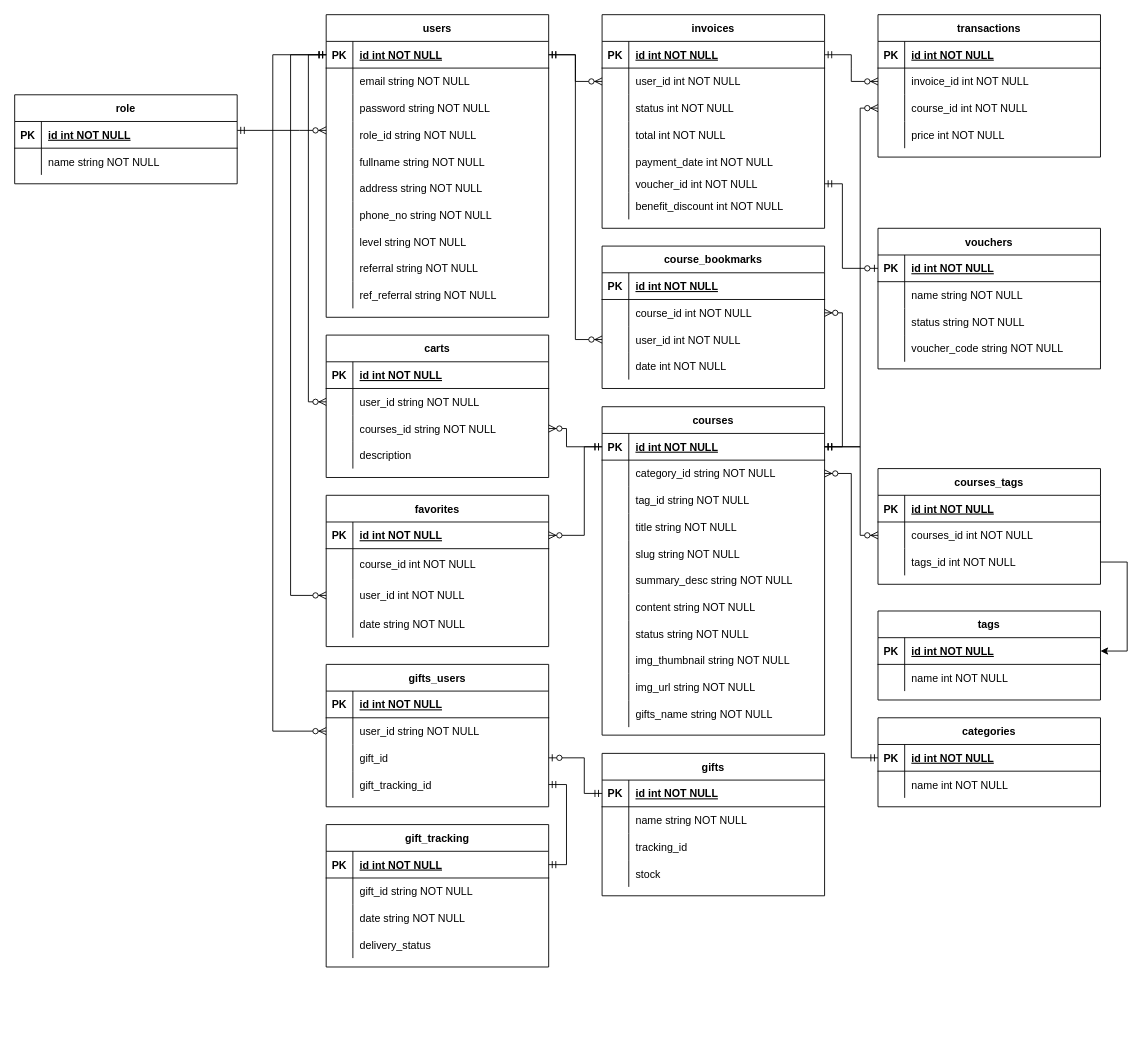
The draw.io diagram page "ERD" (1 of 2) of online-learning.drawio in azmiadhani/diagramsnet, before the edit. Source tidied: cells renumbered, new cells numbered last; positions are measured from the earlier drawing's top-left corner, leaving out a move shared by most shapes. Both pictures are drawn from the tidied source at 89%, with x=0, y=0 at pixel (-12, 14).
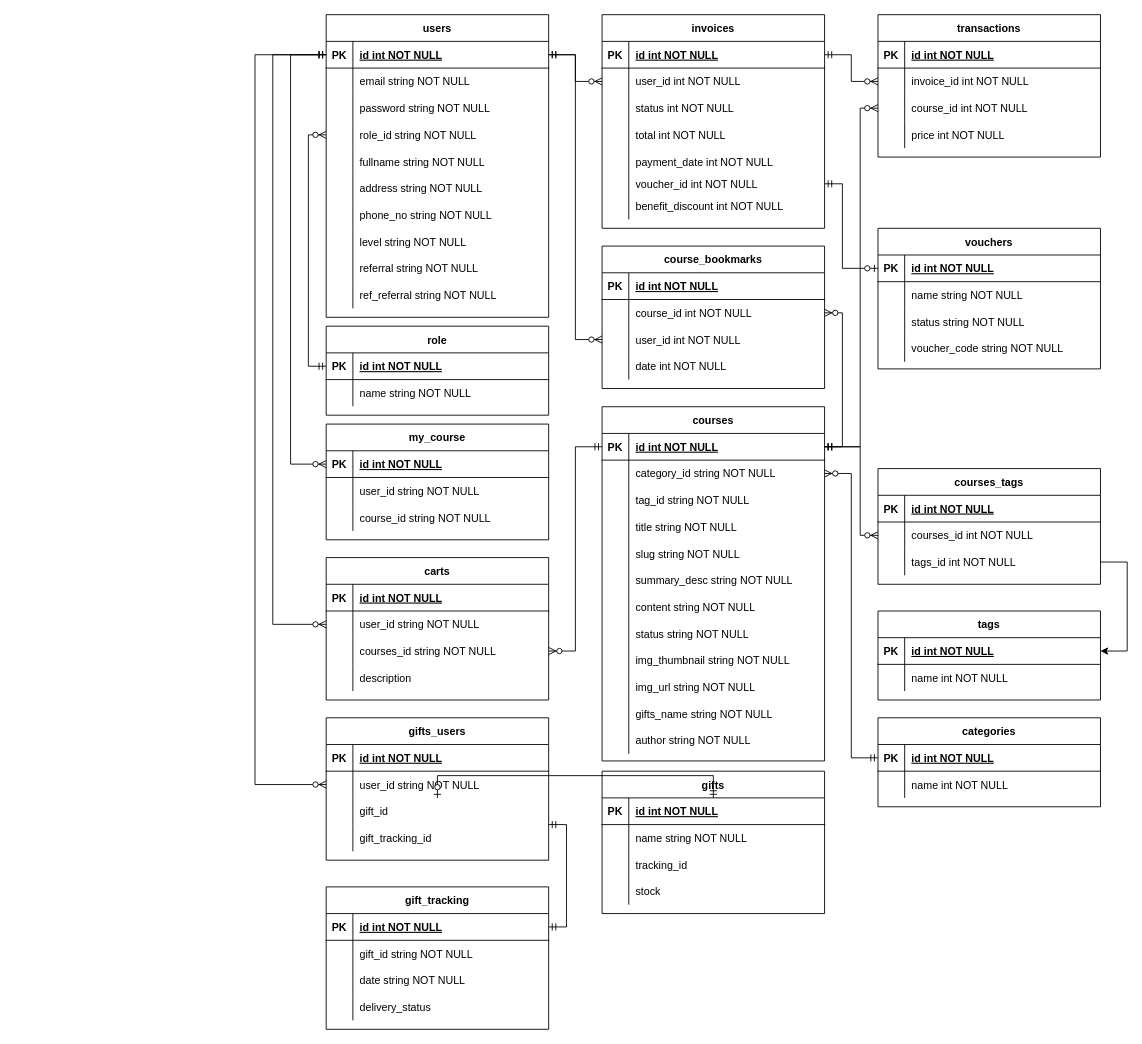
Above is the later version.

The change refers to these unchanged cells:
```xml
<mxCell id="3" style="shape=partialRectangle;fillColor=none;points=[[0,0.5],[1,0.5]];portConstraint=eastwest;top=0;left=0;right=0;bottom=1;" parent="2" vertex="1">
  <mxGeometry y="30" width="250" height="30" as="geometry" />
</mxCell>
<mxCell id="12" style="shape=partialRectangle;fillColor=none;points=[[0,0.5],[1,0.5]];portConstraint=eastwest;top=0;left=0;right=0;bottom=0;" parent="2" vertex="1">
  <mxGeometry y="120" width="250" height="30" as="geometry" />
</mxCell>
<mxCell id="47" style="shape=partialRectangle;fillColor=none;points=[[0,0.5],[1,0.5]];portConstraint=eastwest;top=0;left=0;right=0;bottom=1;" parent="46" vertex="1">
  <mxGeometry y="30" width="250" height="30" as="geometry" />
</mxCell>
<mxCell id="193" style="shape=partialRectangle;fillColor=none;points=[[0,0.5],[1,0.5]];portConstraint=eastwest;top=0;left=0;right=0;bottom=0;" parent="189" vertex="1">
  <mxGeometry y="60" width="250" height="30" as="geometry" />
</mxCell>
<mxCell id="207" style="shape=partialRectangle;fillColor=none;points=[[0,0.5],[1,0.5]];portConstraint=eastwest;top=0;left=0;right=0;bottom=0;" parent="203" vertex="1">
  <mxGeometry y="60" width="250" height="30" as="geometry" />
</mxCell>
<mxCell id="210" style="shape=partialRectangle;fillColor=none;points=[[0,0.5],[1,0.5]];portConstraint=eastwest;top=0;left=0;right=0;bottom=0;" parent="203" vertex="1">
  <mxGeometry y="90" width="250" height="30" as="geometry" />
</mxCell>
<mxCell id="233" style="shape=partialRectangle;fillColor=none;points=[[0,0.5],[1,0.5]];portConstraint=eastwest;top=0;left=0;right=0;bottom=1;" parent="232" vertex="1">
  <mxGeometry y="30" width="250" height="30" as="geometry" />
</mxCell>
```

The edit, as a diff of the source:
```diff
@@
-    <mxCell id="33" value="favorites" style="shape=table;startSize=30;childLayout=tableLayout;rowLines=0;fontStyle=1;align=center;" parent="1" vertex="1">
-      <mxGeometry x="380" y="540" width="250" height="170" as="geometry" />
-    </mxCell>
-    <mxCell id="34" style="shape=partialRectangle;fillColor=none;points=[[0,0.5],[1,0.5]];portConstraint=eastwest;top=0;left=0;right=0;bottom=1;" parent="33" vertex="1">
-      <mxGeometry y="30" width="250" height="30" as="geometry" />
-    </mxCell>
-    <mxCell id="35" value="PK" style="shape=partialRectangle;overflow=hidden;fillColor=none;top=0;left=0;bottom=0;right=0;fontStyle=1;" parent="34" vertex="1">
-      <mxGeometry width="30" height="30" as="geometry" />
-    </mxCell>
-    <mxCell id="36" value="id int NOT NULL " style="shape=partialRectangle;overflow=hidden;fillColor=none;top=0;left=0;bottom=0;right=0;align=left;spacingLeft=6;fontStyle=5;" parent="34" vertex="1">
-      <mxGeometry x="30" width="220" height="30" as="geometry" />
-    </mxCell>
-    <mxCell id="37" style="shape=partialRectangle;fillColor=none;top=0;left=0;right=0;bottom=0;" parent="33" vertex="1">
-      <mxGeometry y="60" width="250" height="35" as="geometry" />
-    </mxCell>
-    <mxCell id="38" style="shape=partialRectangle;overflow=hidden;fillColor=none;top=0;left=0;bottom=0;right=0;" parent="37" vertex="1">
-      <mxGeometry width="30" height="35" as="geometry" />
-    </mxCell>
-    <mxCell id="39" value="course_id int NOT NULL" style="shape=partialRectangle;overflow=hidden;fillColor=none;top=0;left=0;bottom=0;right=0;align=left;spacingLeft=6;" parent="37" vertex="1">
-      <mxGeometry x="30" width="220" height="35" as="geometry" />
-    </mxCell>
-    <mxCell id="40" style="shape=partialRectangle;fillColor=none;points=[[0,0.5],[1,0.5]];portConstraint=eastwest;top=0;left=0;right=0;bottom=0;" parent="33" vertex="1">
-      <mxGeometry y="95" width="250" height="35" as="geometry" />
-    </mxCell>
-    <mxCell id="41" style="shape=partialRectangle;overflow=hidden;fillColor=none;top=0;left=0;bottom=0;right=0;" parent="40" vertex="1">
-      <mxGeometry width="30" height="35" as="geometry" />
-    </mxCell>
-    <mxCell id="42" value="user_id int NOT NULL" style="shape=partialRectangle;overflow=hidden;fillColor=none;top=0;left=0;bottom=0;right=0;align=left;spacingLeft=6;" parent="40" vertex="1">
-      <mxGeometry x="30" width="220" height="35" as="geometry" />
-    </mxCell>
-    <mxCell id="43" style="shape=partialRectangle;fillColor=none;top=0;left=0;right=0;bottom=0;" parent="33" vertex="1">
-      <mxGeometry y="130" width="250" height="30" as="geometry" />
-    </mxCell>
-    <mxCell id="44" style="shape=partialRectangle;overflow=hidden;fillColor=none;top=0;left=0;bottom=0;right=0;" parent="43" vertex="1">
-      <mxGeometry width="30" height="30" as="geometry" />
-    </mxCell>
-    <mxCell id="45" value="date string NOT NULL" style="shape=partialRectangle;overflow=hidden;fillColor=none;top=0;left=0;bottom=0;right=0;align=left;spacingLeft=6;" parent="43" vertex="1">
-      <mxGeometry x="30" width="220" height="30" as="geometry" />
-    </mxCell>
     <mxCell id="46" value="courses" style="shape=table;startSize=30;childLayout=tableLayout;rowLines=0;fontStyle=1;align=center;" parent="1" vertex="1">
-      <mxGeometry x="690" y="440.5" width="250" height="369" as="geometry" />
+      <mxGeometry x="690" y="440.5" width="250" height="398" as="geometry" />
     </mxCell>
@@
+    <mxCell id="241" style="shape=partialRectangle;fillColor=none;top=0;left=0;right=0;bottom=0;" parent="46" vertex="1">
+      <mxGeometry y="360" width="250" height="30" as="geometry" />
+    </mxCell>
+    <mxCell id="242" style="shape=partialRectangle;overflow=hidden;fillColor=none;top=0;left=0;bottom=0;right=0;" parent="241" vertex="1">
+      <mxGeometry width="30" height="30" as="geometry" />
+    </mxCell>
+    <mxCell id="243" value="author string NOT NULL" style="shape=partialRectangle;overflow=hidden;fillColor=none;top=0;left=0;bottom=0;right=0;align=left;spacingLeft=6;" parent="241" vertex="1">
+      <mxGeometry x="30" width="220" height="30" as="geometry" />
+    </mxCell>
@@
     <mxCell id="147" value="gifts" style="shape=table;startSize=30;childLayout=tableLayout;rowLines=0;fontStyle=1;align=center;" parent="1" vertex="1">
-      <mxGeometry x="690" y="830" width="250" height="160" as="geometry" />
+      <mxGeometry x="690" y="850" width="250" height="160" as="geometry" />
     </mxCell>
@@
-    <mxCell id="160" style="edgeStyle=elbowEdgeStyle;fontSize=12;html=1;endArrow=ERzeroToMany;startArrow=ERmandOne;rounded=0;" parent="1" edge="1" source="3" target="40">
-      <mxGeometry relative="1" as="geometry">
-        <Array as="points">
-          <mxPoint x="340" y="240" />
-          <mxPoint x="350" y="350" />
-          <mxPoint x="350" y="330" />
-          <mxPoint x="320" y="340" />
-          <mxPoint x="360" y="270" />
-        </Array>
-      </mxGeometry>
-    </mxCell>
     <mxCell id="161" value="gift_tracking" style="shape=table;startSize=30;childLayout=tableLayout;rowLines=0;fontStyle=1;align=center;" parent="1" vertex="1">
-      <mxGeometry x="380" y="910" width="250" height="160" as="geometry" />
+      <mxGeometry x="380" y="980" width="250" height="160" as="geometry" />
     </mxCell>
@@
     <mxCell id="174" style="edgeStyle=elbowEdgeStyle;fontSize=12;html=1;endArrow=ERzeroToMany;startArrow=ERmandOne;rounded=0;" parent="1" edge="1" source="3" target="193">
       <mxGeometry relative="1" as="geometry">
         <Array as="points">
+          <mxPoint x="300" y="190" />
           <mxPoint x="320" y="440" />
           <mxPoint x="220" y="400" />
           <mxPoint x="360" y="340" />
           <mxPoint x="330" y="350" />
           <mxPoint x="370" y="280" />
         </Array>
       </mxGeometry>
     </mxCell>
@@
     <mxCell id="189" value="gifts_users" style="shape=table;startSize=30;childLayout=tableLayout;rowLines=0;fontStyle=1;align=center;" parent="1" vertex="1">
-      <mxGeometry x="380" y="730" width="250" height="160" as="geometry" />
+      <mxGeometry x="380" y="790" width="250" height="160" as="geometry" />
     </mxCell>
@@
     <mxCell id="203" value="carts" style="shape=table;startSize=30;childLayout=tableLayout;rowLines=0;fontStyle=1;align=center;" parent="1" vertex="1">
-      <mxGeometry x="380" y="360" width="250" height="160" as="geometry" />
+      <mxGeometry x="380" y="610" width="250" height="160" as="geometry" />
     </mxCell>
@@
     <mxCell id="219" style="edgeStyle=elbowEdgeStyle;fontSize=12;html=1;endArrow=ERzeroToMany;startArrow=ERmandOne;rounded=0;" parent="1" edge="1" source="3" target="207">
       <mxGeometry relative="1" as="geometry">
         <Array as="points">
+          <mxPoint x="320" y="200" />
+          <mxPoint x="340" y="300" />
           <mxPoint x="360" y="240" />
           <mxPoint x="360" y="360" />
           <mxPoint x="360" y="340" />
           <mxPoint x="330" y="350" />
           <mxPoint x="370" y="280" />
         </Array>
       </mxGeometry>
     </mxCell>
     <mxCell id="220" style="edgeStyle=elbowEdgeStyle;fontSize=12;html=1;endArrow=ERzeroToMany;startArrow=ERmandOne;rounded=0;" parent="1" edge="1" source="47" target="210">
       <mxGeometry relative="1" as="geometry">
         <Array as="points">
-          <mxPoint x="650" y="465" />
+          <mxPoint x="660" y="600" />
           <mxPoint x="680" y="530" />
           <mxPoint x="660" y="530" />
           <mxPoint x="370" y="370" />
           <mxPoint x="370" y="350" />
           <mxPoint x="340" y="360" />
           <mxPoint x="380" y="290" />
         </Array>
       </mxGeometry>
     </mxCell>
@@
-    <mxCell id="222" style="edgeStyle=elbowEdgeStyle;fontSize=12;html=1;endArrow=ERzeroToMany;startArrow=ERmandOne;rounded=0;" parent="1" edge="1" source="47" target="34">
-      <mxGeometry relative="1" as="geometry">
-        <Array as="points">
-          <mxPoint x="670" y="530" />
-          <mxPoint x="670" y="450" />
-          <mxPoint x="690" y="540" />
-          <mxPoint x="670" y="540" />
-          <mxPoint x="380" y="380" />
-          <mxPoint x="380" y="360" />
-          <mxPoint x="350" y="370" />
-          <mxPoint x="390" y="300" />
-        </Array>
-      </mxGeometry>
-    </mxCell>
@@
     <mxCell id="232" value="role" style="shape=table;startSize=30;childLayout=tableLayout;rowLines=0;fontStyle=1;align=center;" parent="1" vertex="1">
-      <mxGeometry x="30" y="90" width="250" height="100" as="geometry" />
+      <mxGeometry x="380" y="350" width="250" height="100" as="geometry" />
     </mxCell>
@@
     <mxCell id="239" style="edgeStyle=elbowEdgeStyle;fontSize=12;html=1;endArrow=ERzeroToMany;startArrow=ERmandOne;rounded=0;" parent="1" edge="1" source="233" target="12">
       <mxGeometry relative="1" as="geometry">
         <Array as="points">
-          <mxPoint x="350" y="130" />
+          <mxPoint x="360" y="280" />
           <mxPoint y="335" />
           <mxPoint x="140" y="275" />
           <mxPoint x="110" y="285" />
           <mxPoint x="150" y="215" />
         </Array>
       </mxGeometry>
     </mxCell>
@@
+    <mxCell id="244" value="my_course" style="shape=table;startSize=30;childLayout=tableLayout;rowLines=0;fontStyle=1;align=center;" parent="1" vertex="1">
+      <mxGeometry x="380" y="460" width="250" height="130" as="geometry" />
+    </mxCell>
+    <mxCell id="34" style="shape=partialRectangle;fillColor=none;points=[[0,0.5],[1,0.5]];portConstraint=eastwest;top=0;left=0;right=0;bottom=1;" parent="244" vertex="1">
+      <mxGeometry y="30" width="250" height="30" as="geometry" />
+    </mxCell>
+    <mxCell id="35" value="PK" style="shape=partialRectangle;overflow=hidden;fillColor=none;top=0;left=0;bottom=0;right=0;fontStyle=1;" parent="34" vertex="1">
+      <mxGeometry width="30" height="30" as="geometry" />
+    </mxCell>
+    <mxCell id="36" value="id int NOT NULL " style="shape=partialRectangle;overflow=hidden;fillColor=none;top=0;left=0;bottom=0;right=0;align=left;spacingLeft=6;fontStyle=5;" parent="34" vertex="1">
+      <mxGeometry x="30" width="220" height="30" as="geometry" />
+    </mxCell>
+    <mxCell id="245" style="shape=partialRectangle;fillColor=none;top=0;left=0;right=0;bottom=0;" parent="244" vertex="1">
+      <mxGeometry y="60" width="250" height="30" as="geometry" />
+    </mxCell>
+    <mxCell id="246" style="shape=partialRectangle;overflow=hidden;fillColor=none;top=0;left=0;bottom=0;right=0;" parent="245" vertex="1">
+      <mxGeometry width="30" height="30" as="geometry" />
+    </mxCell>
+    <mxCell id="247" value="user_id string NOT NULL" style="shape=partialRectangle;overflow=hidden;fillColor=none;top=0;left=0;bottom=0;right=0;align=left;spacingLeft=6;" parent="245" vertex="1">
+      <mxGeometry x="30" width="220" height="30" as="geometry" />
+    </mxCell>
+    <mxCell id="248" style="shape=partialRectangle;fillColor=none;top=0;left=0;right=0;bottom=0;" parent="244" vertex="1">
+      <mxGeometry y="90" width="250" height="30" as="geometry" />
+    </mxCell>
+    <mxCell id="249" style="shape=partialRectangle;overflow=hidden;fillColor=none;top=0;left=0;bottom=0;right=0;" parent="248" vertex="1">
+      <mxGeometry width="30" height="30" as="geometry" />
+    </mxCell>
+    <mxCell id="250" value="course_id string NOT NULL" style="shape=partialRectangle;overflow=hidden;fillColor=none;top=0;left=0;bottom=0;right=0;align=left;spacingLeft=6;" parent="248" vertex="1">
+      <mxGeometry x="30" width="220" height="30" as="geometry" />
+    </mxCell>
+    <mxCell id="251" style="edgeStyle=elbowEdgeStyle;fontSize=12;html=1;endArrow=ERzeroToMany;startArrow=ERmandOne;rounded=0;" parent="1" edge="1" source="3" target="34">
+      <mxGeometry relative="1" as="geometry">
+        <Array as="points">
+          <mxPoint x="340" y="200" />
+          <mxPoint x="350" y="280" />
+          <mxPoint x="10" y="345" />
+          <mxPoint x="150" y="285" />
+          <mxPoint x="120" y="295" />
+          <mxPoint x="160" y="225" />
+        </Array>
+      </mxGeometry>
+    </mxCell>
```
